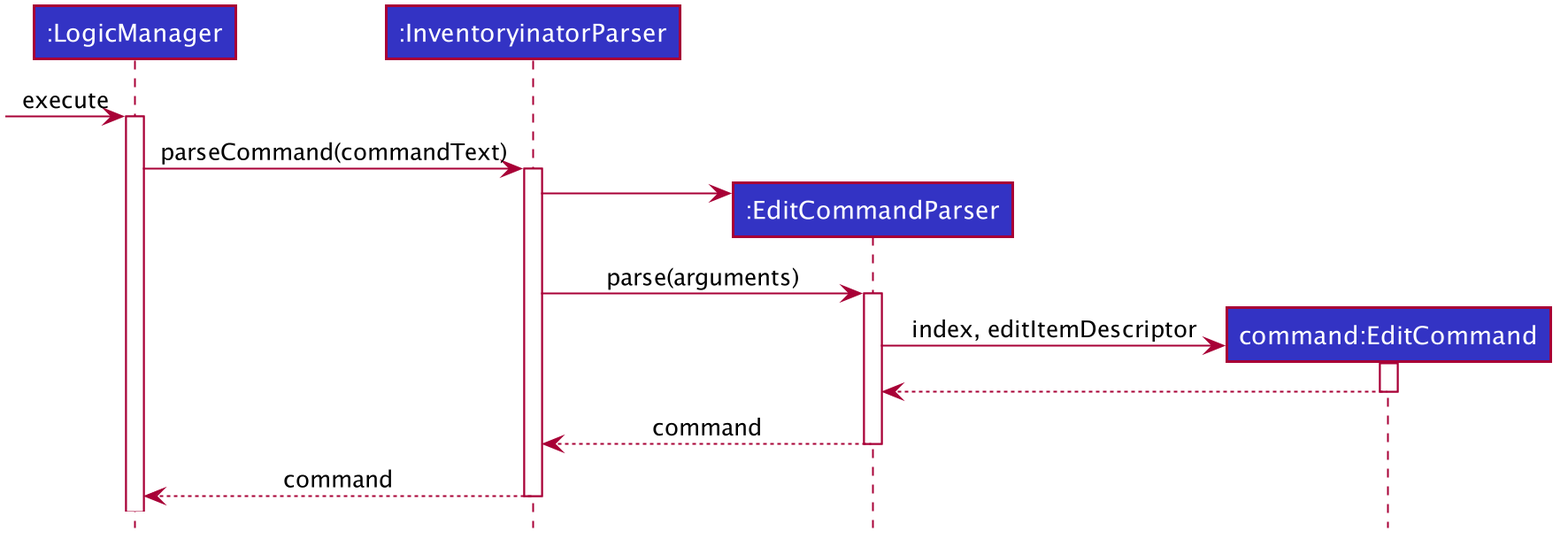
Before: docs/images/commandseqdiagrams/AddSequenceDiagram.png, a diagram exported from PlantUML (nus-cs2103-AY2021S1/tp).
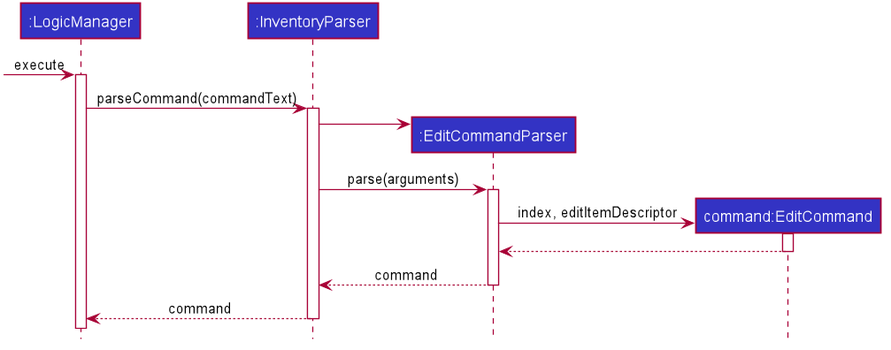
The same diagram one commit later.

Diff of the diagram source:
```diff
@@ -49,7 +49,7 @@
 hide circle
 
 Participant ":LogicManager" as logic #3333C4
-Participant ":InventoryinatorParser" as inv #3333C4
+Participant ":InventoryParser" as inv #3333C4
 Participant ":EditCommandParser" as ecp #3333C4
 Participant "command:EditCommand" as ec #3333C4
 
```
